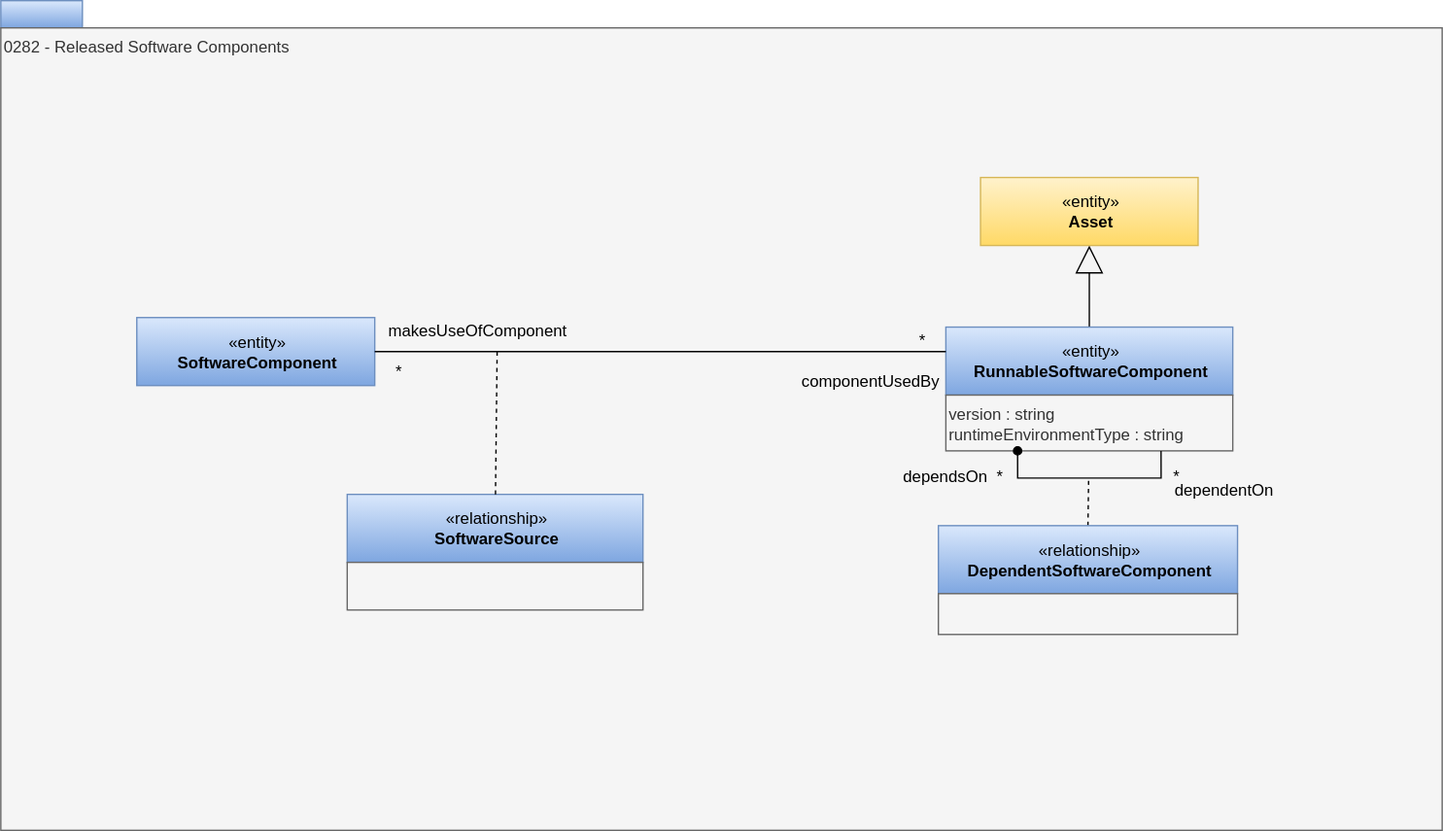
Above: site/docs/types/2/0282-Released-Software-Components.svg in odpi/egeria-docs (draw.io), before the change. Source tidied: cells renumbered, new cells last; positions are measured from the earlier drawing's top-left corner, leaving out a move shared by most shapes.
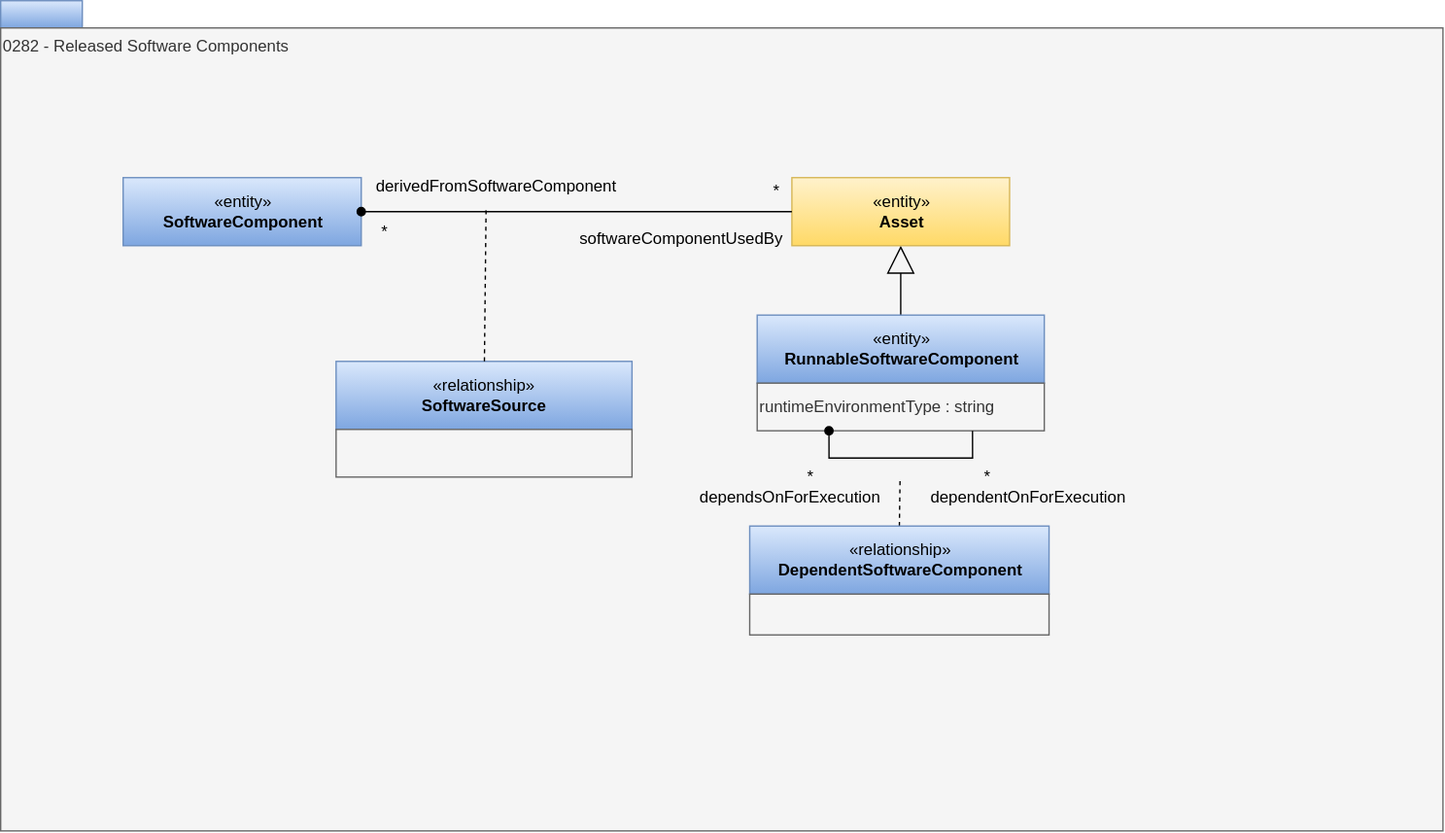
After the commit.

Diff of the diagram source:
```diff
@@ -1,84 +1,84 @@
 <mxGraphModel>
   <root>
-    <mxCell id="0" />
-    <mxCell id="1" parent="0" />
-    <mxCell id="2" style="rounded=0;whiteSpace=wrap;html=1;align=left;fillColor=#dae8fc;strokeColor=#6c8ebf;gradientColor=#7ea6e0;" parent="1" vertex="1">
-      <mxGeometry width="60" height="20" as="geometry" />
-    </mxCell>
+    <mxCell id="25" />
+    <mxCell id="26" parent="25" />
+    <mxCell id="27" style="rounded=0;whiteSpace=wrap;html=1;align=left;fillColor=#dae8fc;strokeColor=#6c8ebf;gradientColor=#7ea6e0;" parent="26" vertex="1">
+      <mxGeometry x="220" y="50" width="60" height="20" as="geometry" />
+    </mxCell>
-    <mxCell id="3" value="0282 - Released Software Components" style="rounded=0;whiteSpace=wrap;html=1;align=left;verticalAlign=top;fillColor=#f5f5f5;fontColor=#333333;strokeColor=#666666;" parent="1" vertex="1">
-      <mxGeometry y="20" width="1060" height="590" as="geometry" />
+    <mxCell id="3" value="0282 - Released Software Components" style="rounded=0;whiteSpace=wrap;html=1;align=left;verticalAlign=top;fillColor=#f5f5f5;fontColor=#333333;strokeColor=#666666;" parent="26" vertex="1">
+      <mxGeometry x="220" y="70" width="1060" height="590" as="geometry" />
     </mxCell>
-    <mxCell id="4" style="edgeStyle=none;rounded=0;jettySize=auto;html=1;entryX=0.5;entryY=1;entryDx=0;entryDy=0;endArrow=block;endFill=0;strokeColor=#000000;strokeWidth=1;endSize=18;" parent="1" edge="1" source="5" target="14">
+    <mxCell id="4" style="edgeStyle=none;rounded=0;jettySize=auto;html=1;entryX=0.5;entryY=1;entryDx=0;entryDy=0;endArrow=block;endFill=0;strokeColor=#000000;strokeWidth=1;endSize=18;exitX=0.5;exitY=0;exitDx=0;exitDy=0;" parent="26" edge="1" source="5" target="14">
       <mxGeometry relative="1" as="geometry" />
     </mxCell>
-    <mxCell id="5" value="«entity»&lt;br&gt;&lt;b&gt;RunnableSoftwareComponent&lt;/b&gt;" style="html=1;strokeColor=#6c8ebf;align=center;fillColor=#dae8fc;gradientColor=#7ea6e0;" parent="1" vertex="1">
-      <mxGeometry x="695" y="240" width="211" height="50" as="geometry" />
+    <mxCell id="5" value="«entity»&lt;br&gt;&lt;b&gt;RunnableSoftwareComponent&lt;/b&gt;" style="html=1;strokeColor=#6c8ebf;align=center;fillColor=#dae8fc;gradientColor=#7ea6e0;" parent="26" vertex="1">
+      <mxGeometry x="776" y="281" width="211" height="50" as="geometry" />
     </mxCell>
-    <mxCell id="6" style="rounded=0;jettySize=auto;html=1;exitX=0.5;exitY=0;exitDx=0;exitDy=0;dashed=1;endArrow=none;endFill=0;" parent="1" edge="1" source="7">
-      <mxGeometry relative="1" as="geometry">
-        <mxPoint x="800" y="351" as="targetPoint" />
-      </mxGeometry>
-    </mxCell>
+    <mxCell id="28" style="rounded=0;jettySize=auto;html=1;exitX=0.5;exitY=0;exitDx=0;exitDy=0;dashed=1;endArrow=none;endFill=0;" parent="26" edge="1" source="7">
+      <mxGeometry relative="1" as="geometry">
+        <mxPoint x="881" y="401" as="targetPoint" />
+      </mxGeometry>
+    </mxCell>
-    <mxCell id="7" value="«relationship»&lt;br&gt;&lt;b&gt;DependentSoftwareComponent&lt;/b&gt;" style="html=1;strokeColor=#6c8ebf;align=center;fillColor=#dae8fc;gradientColor=#7ea6e0;" parent="1" vertex="1">
-      <mxGeometry x="689.5" y="386" width="220" height="50" as="geometry" />
+    <mxCell id="7" value="«relationship»&lt;br&gt;&lt;b&gt;DependentSoftwareComponent&lt;/b&gt;" style="html=1;strokeColor=#6c8ebf;align=center;fillColor=#dae8fc;gradientColor=#7ea6e0;" parent="26" vertex="1">
+      <mxGeometry x="770.5" y="436" width="220" height="50" as="geometry" />
     </mxCell>
-    <mxCell id="8" style="rounded=0;whiteSpace=wrap;html=1;strokeColor=#666666;align=left;fillColor=#f5f5f5;fontColor=#333333;" parent="1" vertex="1">
-      <mxGeometry x="689.5" y="436" width="220" height="30" as="geometry" />
-    </mxCell>
-    <mxCell id="9" value="version : string&lt;br&gt;runtimeEnvironmentType : string" style="rounded=0;whiteSpace=wrap;html=1;strokeColor=#666666;align=left;fillColor=#f5f5f5;fontColor=#333333;" parent="1" vertex="1">
-      <mxGeometry x="695" y="290" width="211" height="41" as="geometry" />
-    </mxCell>
-    <mxCell id="10" value="*" style="text;html=1;align=center;verticalAlign=middle;" parent="1" vertex="1">
-      <mxGeometry x="724" y="340" width="20" height="20" as="geometry" />
-    </mxCell>
-    <mxCell id="11" value="*" style="text;html=1;align=center;verticalAlign=middle;" parent="1" vertex="1">
-      <mxGeometry x="854" y="340" width="20" height="20" as="geometry" />
-    </mxCell>
-    <mxCell id="12" value="dependentOn" style="text;html=1;align=center;verticalAlign=middle;" parent="1" vertex="1">
-      <mxGeometry x="854" y="350" width="90" height="20" as="geometry" />
-    </mxCell>
-    <mxCell id="13" value="dependsOn" style="text;html=1;align=center;verticalAlign=middle;" parent="1" vertex="1">
-      <mxGeometry x="654" y="340" width="80" height="20" as="geometry" />
-    </mxCell>
+    <mxCell id="29" style="rounded=0;whiteSpace=wrap;html=1;strokeColor=#666666;align=left;fillColor=#f5f5f5;fontColor=#333333;" parent="26" vertex="1">
+      <mxGeometry x="770.5" y="486" width="220" height="30" as="geometry" />
+    </mxCell>
+    <mxCell id="30" value="runtimeEnvironmentType : string" style="rounded=0;whiteSpace=wrap;html=1;strokeColor=#666666;align=left;fillColor=#f5f5f5;fontColor=#333333;" parent="26" vertex="1">
+      <mxGeometry x="776" y="331" width="211" height="35" as="geometry" />
+    </mxCell>
+    <mxCell id="31" value="*" style="text;html=1;align=center;verticalAlign=middle;" parent="26" vertex="1">
+      <mxGeometry x="805" y="390" width="20" height="20" as="geometry" />
+    </mxCell>
+    <mxCell id="32" value="*" style="text;html=1;align=center;verticalAlign=middle;" parent="26" vertex="1">
+      <mxGeometry x="935" y="390" width="20" height="20" as="geometry" />
+    </mxCell>
+    <mxCell id="33" value="dependentOnForExecution" style="text;html=1;align=center;verticalAlign=middle;" parent="26" vertex="1">
+      <mxGeometry x="890" y="400" width="170" height="30" as="geometry" />
+    </mxCell>
+    <mxCell id="34" value="dependsOnForExecution" style="text;html=1;align=center;verticalAlign=middle;" parent="26" vertex="1">
+      <mxGeometry x="720" y="400" width="160" height="30" as="geometry" />
+    </mxCell>
-    <mxCell id="14" value="«entity»&lt;br&gt;&lt;b&gt;Asset&lt;/b&gt;" style="html=1;strokeColor=#d6b656;align=center;fillColor=#fff2cc;gradientColor=#ffd966;" parent="1" vertex="1">
-      <mxGeometry x="720.5" y="130" width="160" height="50" as="geometry" />
+    <mxCell id="14" value="«entity»&lt;br&gt;&lt;b&gt;Asset&lt;/b&gt;" style="html=1;strokeColor=#d6b656;align=center;fillColor=#fff2cc;gradientColor=#ffd966;" parent="26" vertex="1">
+      <mxGeometry x="801.5" y="180" width="160" height="50" as="geometry" />
     </mxCell>
-    <mxCell id="15" value="«entity»&lt;br&gt;&lt;b&gt;SoftwareComponent&lt;/b&gt;" style="html=1;strokeColor=#6c8ebf;align=center;fillColor=#dae8fc;gradientColor=#7ea6e0;" parent="1" vertex="1">
-      <mxGeometry x="100" y="233" width="175" height="50" as="geometry" />
+    <mxCell id="15" value="«entity»&lt;br&gt;&lt;b&gt;SoftwareComponent&lt;/b&gt;" style="html=1;strokeColor=#6c8ebf;align=center;fillColor=#dae8fc;gradientColor=#7ea6e0;" parent="26" vertex="1">
+      <mxGeometry x="310" y="180" width="175" height="50" as="geometry" />
     </mxCell>
-    <mxCell id="16" style="edgeStyle=orthogonalEdgeStyle;rounded=0;jettySize=auto;html=1;endArrow=none;endFill=0;endSize=16;exitX=1;exitY=0.5;exitDx=0;exitDy=0;" parent="1" edge="1" source="15" target="5">
-      <mxGeometry relative="1" as="geometry">
-        <Array as="points">
-          <mxPoint x="357" y="258" />
-          <mxPoint x="357" y="258" />
-        </Array>
-      </mxGeometry>
-    </mxCell>
+    <mxCell id="35" style="edgeStyle=orthogonalEdgeStyle;rounded=0;jettySize=auto;html=1;endArrow=none;endFill=0;endSize=16;exitX=1;exitY=0.5;exitDx=0;exitDy=0;entryX=0;entryY=0.5;entryDx=0;entryDy=0;startArrow=oval;startFill=1;" parent="26" edge="1" source="15" target="14">
+      <mxGeometry relative="1" as="geometry">
+        <Array as="points">
+          <mxPoint x="650" y="205" />
+          <mxPoint x="650" y="205" />
+        </Array>
+      </mxGeometry>
+    </mxCell>
-    <mxCell id="17" value="«relationship»&lt;br&gt;&lt;b&gt;SoftwareSource&lt;/b&gt;" style="html=1;strokeColor=#6c8ebf;align=center;fillColor=#dae8fc;gradientColor=#7ea6e0;" parent="1" vertex="1">
-      <mxGeometry x="254.8" y="363" width="217.5" height="50" as="geometry" />
+    <mxCell id="17" value="«relationship»&lt;br&gt;&lt;b&gt;SoftwareSource&lt;/b&gt;" style="html=1;strokeColor=#6c8ebf;align=center;fillColor=#dae8fc;gradientColor=#7ea6e0;" parent="26" vertex="1">
+      <mxGeometry x="466.5" y="315" width="217.5" height="50" as="geometry" />
     </mxCell>
-    <mxCell id="18" style="rounded=0;whiteSpace=wrap;html=1;strokeColor=#666666;align=left;fillColor=#f5f5f5;fontColor=#333333;" parent="1" vertex="1">
-      <mxGeometry x="254.8" y="413" width="217.5" height="35" as="geometry" />
-    </mxCell>
-    <mxCell id="19" style="endArrow=none;dashed=1;html=1;" parent="1" edge="1" source="17">
-      <mxGeometry relative="1" as="geometry">
-        <mxPoint x="365" y="258" as="targetPoint" />
-      </mxGeometry>
-    </mxCell>
-    <mxCell id="20" value="*" style="text;html=1;align=center;verticalAlign=top;spacingTop=-4;" parent="1" vertex="1">
-      <mxGeometry x="667" y="240" width="20" height="20" as="geometry" />
-    </mxCell>
-    <mxCell id="21" value="*" style="text;html=1;align=center;verticalAlign=top;spacingTop=-4;" parent="1" vertex="1">
-      <mxGeometry x="282" y="263" width="20" height="20" as="geometry" />
-    </mxCell>
-    <mxCell id="22" value="componentUsedBy" style="text;html=1;align=center;verticalAlign=middle;" parent="1" vertex="1">
-      <mxGeometry x="579" y="270" width="120" height="20" as="geometry" />
-    </mxCell>
-    <mxCell id="23" value="makesUseOfComponent" style="text;html=1;align=center;verticalAlign=middle;" parent="1" vertex="1">
-      <mxGeometry x="275" y="233" width="150" height="20" as="geometry" />
-    </mxCell>
-    <mxCell id="24" style="edgeStyle=orthogonalEdgeStyle;rounded=0;orthogonalLoop=1;jettySize=auto;html=1;exitX=0.25;exitY=1;exitDx=0;exitDy=0;startSize=6;endArrow=none;endFill=0;endSize=6;entryX=0.75;entryY=1;entryDx=0;entryDy=0;startArrow=oval;startFill=1;" parent="1" edge="1" source="9" target="9">
-      <mxGeometry relative="1" as="geometry" />
-    </mxCell>
+    <mxCell id="36" style="rounded=0;whiteSpace=wrap;html=1;strokeColor=#666666;align=left;fillColor=#f5f5f5;fontColor=#333333;" parent="26" vertex="1">
+      <mxGeometry x="466.5" y="365" width="217.5" height="35" as="geometry" />
+    </mxCell>
+    <mxCell id="37" style="endArrow=none;dashed=1;html=1;" parent="26" edge="1" source="17">
+      <mxGeometry relative="1" as="geometry">
+        <mxPoint x="576.8" y="202" as="targetPoint" />
+      </mxGeometry>
+    </mxCell>
+    <mxCell id="38" value="*" style="text;html=1;align=center;verticalAlign=top;spacingTop=-4;" parent="26" vertex="1">
+      <mxGeometry x="780" y="180" width="20" height="20" as="geometry" />
+    </mxCell>
+    <mxCell id="39" value="*" style="text;html=1;align=center;verticalAlign=top;spacingTop=-4;" parent="26" vertex="1">
+      <mxGeometry x="492" y="210" width="20" height="20" as="geometry" />
+    </mxCell>
+    <mxCell id="40" value="softwareComponentUsedBy" style="text;html=1;align=center;verticalAlign=middle;" parent="26" vertex="1">
+      <mxGeometry x="635" y="210" width="170" height="30" as="geometry" />
+    </mxCell>
+    <mxCell id="41" value="derivedFromSoftwareComponent" style="text;html=1;align=center;verticalAlign=middle;" parent="26" vertex="1">
+      <mxGeometry x="484" y="172" width="200" height="30" as="geometry" />
+    </mxCell>
+    <mxCell id="42" style="edgeStyle=orthogonalEdgeStyle;rounded=0;orthogonalLoop=1;jettySize=auto;html=1;exitX=0.25;exitY=1;exitDx=0;exitDy=0;startSize=6;endArrow=none;endFill=0;endSize=6;entryX=0.75;entryY=1;entryDx=0;entryDy=0;startArrow=oval;startFill=1;" parent="26" edge="1" source="30" target="30">
+      <mxGeometry relative="1" as="geometry" />
+    </mxCell>
   </root>
 </mxGraphModel>
```
